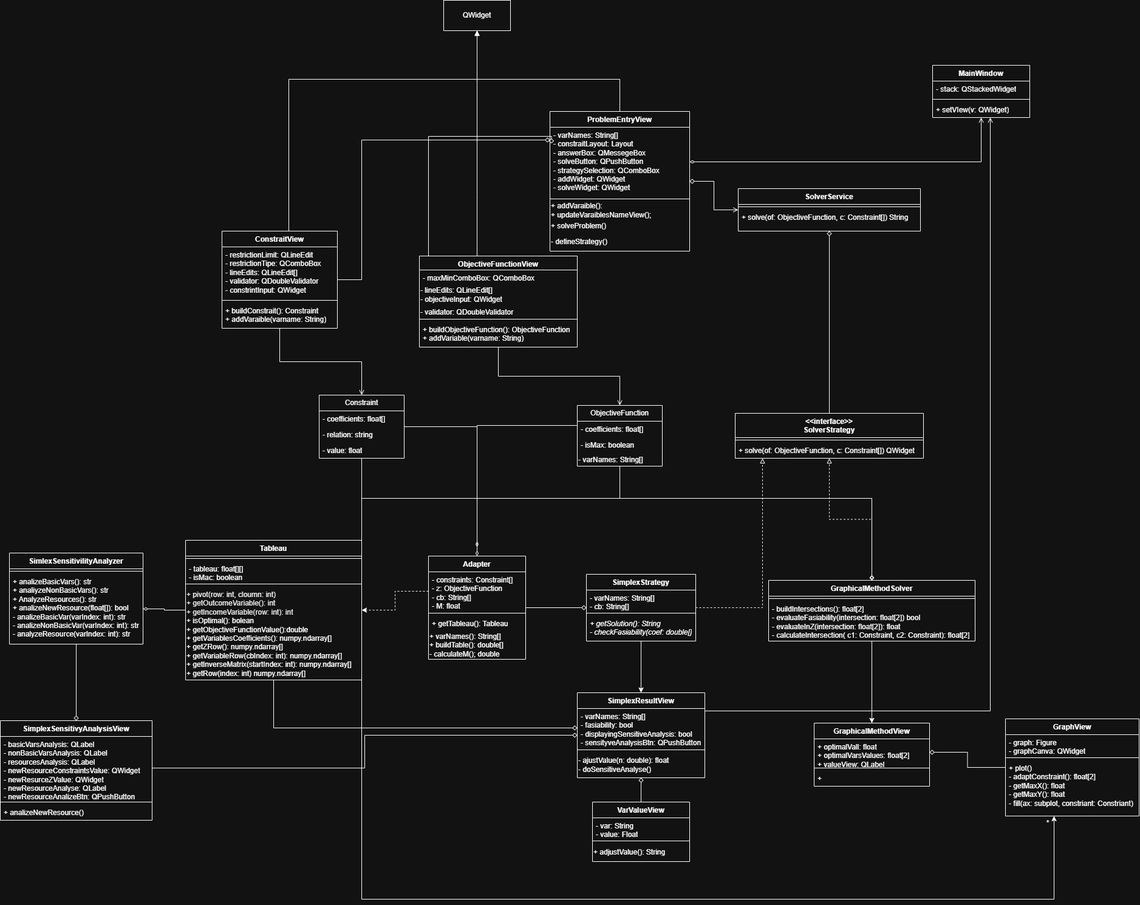
The draw.io diagram DocFIles/img/Simplex UML.drawio.png in yisusMurcia/IO-methods, before a commit. Source tidied: cells renumbered, new cells last; positions are measured from the earlier drawing's top-left corner, leaving out a move shared by most shapes.
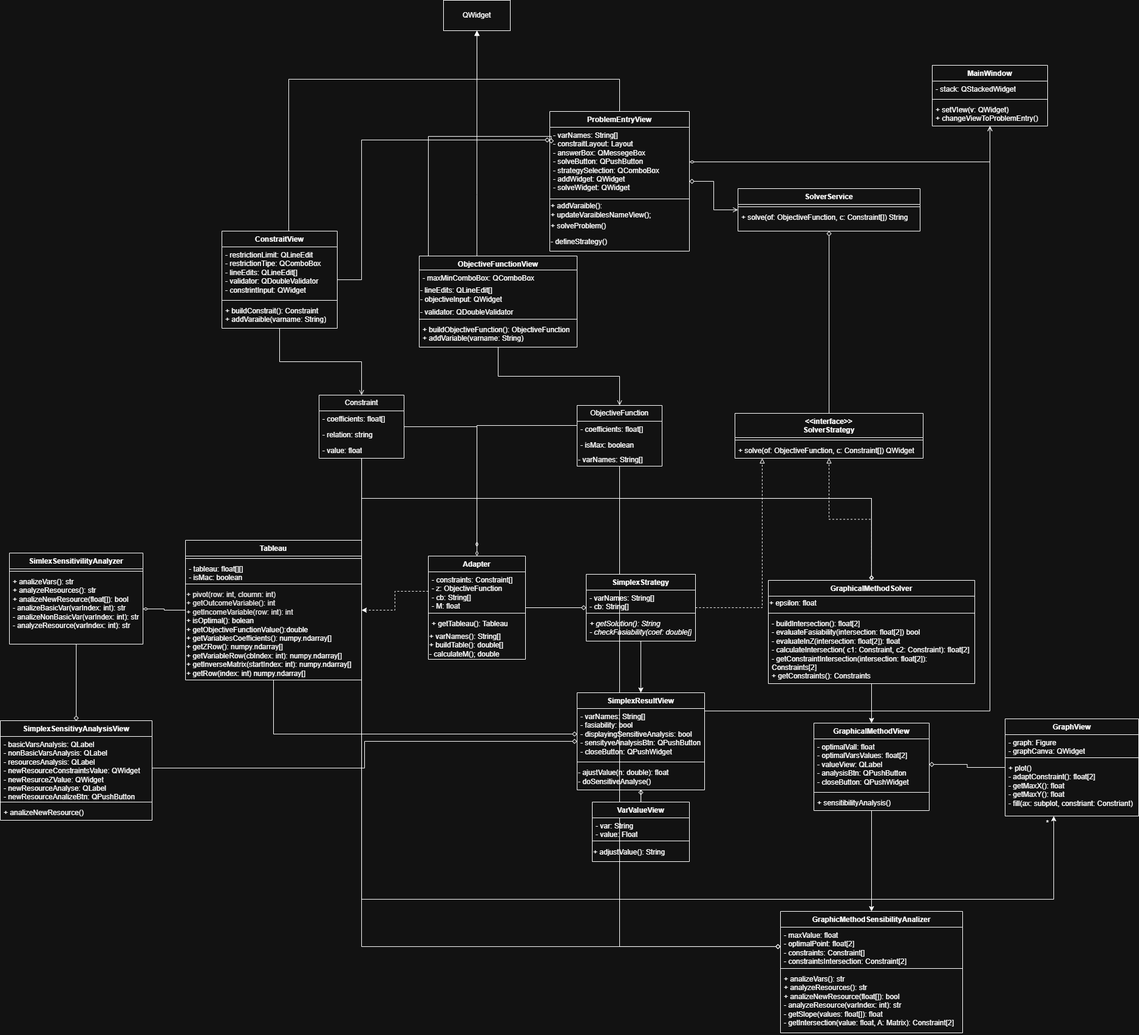
The same file after the commit.

Diff of the diagram source:
```diff
@@ -42,6 +42,9 @@
         </Array>
       </mxGeometry>
     </mxCell>
+    <mxCell id="106" style="edgeStyle=orthogonalEdgeStyle;rounded=0;jettySize=auto;html=1;endArrow=diamond;endFill=0;" parent="1" edge="1" source="12" target="111">
+      <mxGeometry relative="1" as="geometry" />
+    </mxCell>
     <mxCell id="12" value="Constraint" style="swimlane;fontStyle=0;horizontal=1;startSize=26;fillColor=none;whiteSpace=wrap;html=1;" parent="1" vertex="1">
       <mxGeometry x="525" y="650" width="140" height="104" as="geometry" />
     </mxCell>
@@ -71,6 +74,9 @@
         </Array>
       </mxGeometry>
     </mxCell>
+    <mxCell id="107" style="edgeStyle=orthogonalEdgeStyle;rounded=0;jettySize=auto;html=1;endArrow=diamond;endFill=0;" parent="1" edge="1" source="18" target="111">
+      <mxGeometry relative="1" as="geometry" />
+    </mxCell>
     <mxCell id="18" value="ObjectiveFunction" style="swimlane;fontStyle=0;horizontal=1;startSize=26;fillColor=none;whiteSpace=wrap;html=1;" parent="1" vertex="1">
       <mxGeometry x="950" y="667" width="140" height="100" as="geometry" />
     </mxCell>
@@ -253,16 +259,16 @@
       </mxGeometry>
     </mxCell>
     <mxCell id="68" value="SimplexResultView" style="swimlane;fontStyle=1;align=center;verticalAlign=top;horizontal=1;startSize=26;whiteSpace=wrap;html=1;" parent="1" vertex="1">
-      <mxGeometry x="950" y="1140" width="210" height="140" as="geometry" />
+      <mxGeometry x="950" y="1140" width="210" height="160" as="geometry" />
     </mxCell>
-    <mxCell id="69" value="- varNames: String[]&lt;div&gt;- fasiability: bool&lt;/div&gt;&lt;div&gt;- displayingSensitiveAnalysis: bool&lt;/div&gt;&lt;div&gt;- sensityveAnalysisBtn: QPushButton&lt;/div&gt;" style="text;strokeColor=none;fillColor=none;align=left;verticalAlign=top;spacingLeft=4;spacingRight=4;overflow=hidden;points=[[0,0.5],[1,0.5]];portConstraint=eastwest;whiteSpace=wrap;html=1;" parent="68" vertex="1">
-      <mxGeometry y="26" width="210" height="64" as="geometry" />
+    <mxCell id="69" value="- varNames: String[]&lt;div&gt;- fasiability: bool&lt;/div&gt;&lt;div&gt;- displayingSensitiveAnalysis: bool&lt;/div&gt;&lt;div&gt;- sensityveAnalysisBtn: QPushButton&lt;/div&gt;&lt;div&gt;- closeButton: QPushWidget&lt;/div&gt;" style="text;strokeColor=none;fillColor=none;align=left;verticalAlign=top;spacingLeft=4;spacingRight=4;overflow=hidden;points=[[0,0.5],[1,0.5]];portConstraint=eastwest;whiteSpace=wrap;html=1;" parent="68" vertex="1">
+      <mxGeometry y="26" width="210" height="84" as="geometry" />
     </mxCell>
     <mxCell id="70" style="line;strokeWidth=1;fillColor=none;align=left;verticalAlign=middle;spacingTop=-1;spacingLeft=3;spacingRight=3;labelPosition=right;strokeColor=inherit;" parent="68" vertex="1">
-      <mxGeometry y="90" width="210" height="8" as="geometry" />
+      <mxGeometry y="110" width="210" height="8" as="geometry" />
     </mxCell>
     <mxCell id="71" value="- ajustValue(n: double): float&lt;div&gt;- doSensitiveAnalyse()&lt;/div&gt;" style="text;html=1;whiteSpace=wrap;strokeColor=none;fillColor=none;align=left;verticalAlign=middle;rounded=0;" parent="68" vertex="1">
-      <mxGeometry y="98" width="210" height="42" as="geometry" />
+      <mxGeometry y="118" width="210" height="42" as="geometry" />
     </mxCell>
     <mxCell id="72" style="edgeStyle=orthogonalEdgeStyle;rounded=0;jettySize=auto;html=1;endArrow=diamond;endFill=0;" parent="1" edge="1" source="73" target="68">
       <mxGeometry relative="1" as="geometry" />
@@ -283,16 +289,16 @@
       <mxGeometry relative="1" as="geometry" />
     </mxCell>
     <mxCell id="78" value="MainWindow" style="swimlane;fontStyle=1;align=center;verticalAlign=top;horizontal=1;startSize=26;whiteSpace=wrap;html=1;" parent="1" vertex="1">
-      <mxGeometry x="1535" y="107" width="160" height="86" as="geometry" />
+      <mxGeometry x="1535" y="107" width="190" height="100" as="geometry" />
     </mxCell>
     <mxCell id="79" value="- stack: QStackedWidget" style="text;strokeColor=none;fillColor=none;align=left;verticalAlign=top;spacingLeft=4;spacingRight=4;overflow=hidden;whiteSpace=wrap;html=1;" parent="78" vertex="1">
-      <mxGeometry y="26" width="160" height="26" as="geometry" />
+      <mxGeometry y="26" width="190" height="26" as="geometry" />
     </mxCell>
     <mxCell id="80" style="line;strokeWidth=1;fillColor=none;align=left;verticalAlign=middle;spacingTop=-1;spacingLeft=3;spacingRight=3;labelPosition=right;strokeColor=inherit;" parent="78" vertex="1">
-      <mxGeometry y="52" width="160" height="8" as="geometry" />
+      <mxGeometry y="52" width="190" height="8" as="geometry" />
     </mxCell>
-    <mxCell id="81" value="+ setVIew(v: QWidget)" style="text;strokeColor=none;fillColor=none;align=left;verticalAlign=top;spacingLeft=4;spacingRight=4;overflow=hidden;whiteSpace=wrap;html=1;" parent="78" vertex="1">
-      <mxGeometry y="60" width="160" height="26" as="geometry" />
+    <mxCell id="81" value="+ setVIew(v: QWidget)&lt;div&gt;+ changeViewToProblemEntry()&lt;/div&gt;" style="text;strokeColor=none;fillColor=none;align=left;verticalAlign=top;spacingLeft=4;spacingRight=4;overflow=hidden;whiteSpace=wrap;html=1;" parent="78" vertex="1">
+      <mxGeometry y="60" width="190" height="40" as="geometry" />
     </mxCell>
     <mxCell id="82" style="edgeStyle=orthogonalEdgeStyle;rounded=0;jettySize=auto;html=1;endArrow=diamond;endFill=0;" parent="1" edge="1" source="83" target="86">
       <mxGeometry relative="1" as="geometry" />
@@ -303,7 +309,7 @@
     <mxCell id="84" style="line;strokeWidth=1;fillColor=none;align=left;verticalAlign=middle;spacingTop=-1;spacingLeft=3;spacingRight=3;labelPosition=right;strokeColor=inherit;" parent="83" vertex="1">
       <mxGeometry y="26" width="220" height="8" as="geometry" />
     </mxCell>
-    <mxCell id="85" value="+ analizeBasicVars(): str&lt;div&gt;+ analiyzeNonBasicVars(): str&lt;/div&gt;&lt;div&gt;+ AnalyzeResources(): str&lt;/div&gt;&lt;div&gt;+ analizeNewResource(float[]): bool&lt;/div&gt;&lt;div&gt;- analizeBasicVar(varIndex: int): str&lt;/div&gt;&lt;div&gt;- analizeNonBasicVar(varIndex&lt;span style=&quot;background-color: transparent; color: light-dark(rgb(0, 0, 0), rgb(255, 255, 255));&quot;&gt;: int&lt;/span&gt;&lt;span style=&quot;background-color: transparent; color: light-dark(rgb(0, 0, 0), rgb(255, 255, 255));&quot;&gt;): str&lt;/span&gt;&lt;/div&gt;&lt;div&gt;&lt;span style=&quot;background-color: transparent; color: light-dark(rgb(0, 0, 0), rgb(255, 255, 255));&quot;&gt;- analyzeResource(varIndex: int): str&lt;/span&gt;&lt;/div&gt;" style="text;strokeColor=none;fillColor=none;align=left;verticalAlign=top;spacingLeft=4;spacingRight=4;overflow=hidden;points=[[0,0.5],[1,0.5]];portConstraint=eastwest;whiteSpace=wrap;html=1;" parent="83" vertex="1">
+    <mxCell id="85" value="+ analize&lt;span style=&quot;background-color: transparent; color: light-dark(rgb(0, 0, 0), rgb(255, 255, 255));&quot;&gt;Vars(): str&lt;/span&gt;&lt;div&gt;+ analyzeResources(): str&lt;/div&gt;&lt;div&gt;+ analizeNewResource(float[]): bool&lt;/div&gt;&lt;div&gt;- analizeBasicVar(varIndex: int): str&lt;/div&gt;&lt;div&gt;- analizeNonBasicVar(varIndex&lt;span style=&quot;background-color: transparent; color: light-dark(rgb(0, 0, 0), rgb(255, 255, 255));&quot;&gt;: int&lt;/span&gt;&lt;span style=&quot;background-color: transparent; color: light-dark(rgb(0, 0, 0), rgb(255, 255, 255));&quot;&gt;): str&lt;/span&gt;&lt;/div&gt;&lt;div&gt;&lt;span style=&quot;background-color: transparent; color: light-dark(rgb(0, 0, 0), rgb(255, 255, 255));&quot;&gt;- analyzeResource(varIndex: int): str&lt;/span&gt;&lt;/div&gt;" style="text;strokeColor=none;fillColor=none;align=left;verticalAlign=top;spacingLeft=4;spacingRight=4;overflow=hidden;points=[[0,0.5],[1,0.5]];portConstraint=eastwest;whiteSpace=wrap;html=1;" parent="83" vertex="1">
       <mxGeometry y="34" width="220" height="116" as="geometry" />
     </mxCell>
     <mxCell id="86" value="SimplexSensitivyAnalysisView" style="swimlane;fontStyle=1;align=center;verticalAlign=top;horizontal=1;startSize=26;whiteSpace=wrap;html=1;" parent="1" vertex="1">
@@ -328,25 +334,31 @@
       <mxGeometry relative="1" as="geometry" />
     </mxCell>
     <mxCell id="93" value="GraphicalMethodSolver" style="swimlane;fontStyle=1;align=center;verticalAlign=top;horizontal=1;startSize=26;whiteSpace=wrap;html=1;" parent="1" vertex="1">
-      <mxGeometry x="1265" y="955" width="340" height="100" as="geometry" />
+      <mxGeometry x="1265" y="955" width="340" height="170" as="geometry" />
     </mxCell>
+    <mxCell id="108" value="&lt;div&gt;&lt;span style=&quot;background-color: transparent; color: light-dark(rgb(0, 0, 0), rgb(255, 255, 255));&quot;&gt;+ epsilon: float&lt;/span&gt;&lt;/div&gt;" style="text;html=1;whiteSpace=wrap;strokeColor=none;fillColor=none;align=left;verticalAlign=middle;rounded=0;" parent="93" vertex="1">
+      <mxGeometry y="26" width="340" height="24" as="geometry" />
+    </mxCell>
     <mxCell id="94" style="line;strokeWidth=1;fillColor=none;align=left;verticalAlign=middle;spacingTop=-1;spacingLeft=3;spacingRight=3;labelPosition=right;strokeColor=inherit;" parent="93" vertex="1">
-      <mxGeometry y="26" width="340" height="8" as="geometry" />
+      <mxGeometry y="50" width="340" height="8" as="geometry" />
     </mxCell>
-    <mxCell id="95" value="- buildIntersections(): float[2]&lt;div&gt;- evaluateFasiability(intersection: float[2]) bool&lt;/div&gt;&lt;div&gt;- evaluateInZ(intersection: float[2]): float&lt;/div&gt;&lt;div&gt;- calculateIntersection( c1: Constraint, c2: Constraint): float[2]&lt;/div&gt;" style="text;strokeColor=none;fillColor=none;align=left;verticalAlign=top;spacingLeft=4;spacingRight=4;overflow=hidden;whiteSpace=wrap;html=1;" parent="93" vertex="1">
-      <mxGeometry y="34" width="340" height="66" as="geometry" />
+    <mxCell id="95" value="- buildIntersection(): float[2]&lt;div&gt;- evaluateFasiability(intersection: float[2]) bool&lt;/div&gt;&lt;div&gt;- evaluateInZ(intersection: float[2]): float&lt;/div&gt;&lt;div&gt;- calculateIntersection( c1: Constraint, c2: Constraint): float[2]&lt;/div&gt;&lt;div&gt;- getConstraintIntersection(intersection: float[2]): Constraints[2]&lt;/div&gt;&lt;div&gt;+ getConstraints(): Constraints&lt;/div&gt;" style="text;strokeColor=none;fillColor=none;align=left;verticalAlign=top;spacingLeft=4;spacingRight=4;overflow=hidden;whiteSpace=wrap;html=1;" parent="93" vertex="1">
+      <mxGeometry y="58" width="340" height="112" as="geometry" />
     </mxCell>
+    <mxCell id="109" style="edgeStyle=orthogonalEdgeStyle;rounded=0;jettySize=auto;html=1;" parent="1" edge="1" source="96" target="110">
+      <mxGeometry relative="1" as="geometry" />
+    </mxCell>
     <mxCell id="96" value="GraphicalMethodView" style="swimlane;fontStyle=1;align=center;verticalAlign=top;horizontal=1;startSize=26;whiteSpace=wrap;html=1;" parent="1" vertex="1">
-      <mxGeometry x="1340" y="1190" width="190" height="104" as="geometry" />
+      <mxGeometry x="1340" y="1190" width="190" height="144" as="geometry" />
     </mxCell>
-    <mxCell id="97" value="+ optimalVall: float&lt;div&gt;+ optimalVarsValues: float[2]&lt;/div&gt;&lt;div&gt;+ valueView: QLabel&lt;/div&gt;" style="text;strokeColor=none;fillColor=none;align=left;verticalAlign=top;spacingLeft=4;spacingRight=4;overflow=hidden;points=[[0,0.5],[1,0.5]];portConstraint=eastwest;whiteSpace=wrap;html=1;" parent="96" vertex="1">
-      <mxGeometry y="26" width="190" height="44" as="geometry" />
+    <mxCell id="97" value="- optimalVall: float&lt;div&gt;- optimalVarsValues: float[2]&lt;/div&gt;&lt;div&gt;- valueView: QLabel&lt;/div&gt;&lt;div&gt;- analysisBtn: QPushButton&lt;/div&gt;&lt;div&gt;- closeButton: QPushWidget&lt;/div&gt;" style="text;strokeColor=none;fillColor=none;align=left;verticalAlign=top;spacingLeft=4;spacingRight=4;overflow=hidden;points=[[0,0.5],[1,0.5]];portConstraint=eastwest;whiteSpace=wrap;html=1;" parent="96" vertex="1">
+      <mxGeometry y="26" width="190" height="84" as="geometry" />
     </mxCell>
     <mxCell id="98" style="line;strokeWidth=1;fillColor=none;align=left;verticalAlign=middle;spacingTop=-1;spacingLeft=3;spacingRight=3;labelPosition=right;strokeColor=inherit;" parent="96" vertex="1">
-      <mxGeometry y="70" width="190" height="8" as="geometry" />
+      <mxGeometry y="110" width="190" height="8" as="geometry" />
     </mxCell>
-    <mxCell id="99" value="+" style="text;strokeColor=none;fillColor=none;align=left;verticalAlign=top;spacingLeft=4;spacingRight=4;overflow=hidden;whiteSpace=wrap;html=1;" parent="96" vertex="1">
-      <mxGeometry y="78" width="190" height="26" as="geometry" />
+    <mxCell id="99" value="+ sensitibilityAnalysis()" style="text;strokeColor=none;fillColor=none;align=left;verticalAlign=top;spacingLeft=4;spacingRight=4;overflow=hidden;whiteSpace=wrap;html=1;" parent="96" vertex="1">
+      <mxGeometry y="118" width="190" height="26" as="geometry" />
     </mxCell>
     <mxCell id="100" style="edgeStyle=orthogonalEdgeStyle;rounded=0;jettySize=auto;html=1;endArrow=diamond;endFill=0;" parent="1" edge="1" source="101" target="97">
       <mxGeometry relative="1" as="geometry" />
@@ -366,5 +378,17 @@
     <mxCell id="105" value="*" style="text;html=1;whiteSpace=wrap;strokeColor=none;fillColor=none;align=center;verticalAlign=middle;rounded=0;" parent="1" vertex="1">
       <mxGeometry x="1695" y="1340" width="60" height="30" as="geometry" />
     </mxCell>
+    <mxCell id="110" value="GraphicMethodSensibilityAnalizer" style="swimlane;fontStyle=1;align=center;verticalAlign=top;horizontal=1;startSize=26;whiteSpace=wrap;html=1;" parent="1" vertex="1">
+      <mxGeometry x="1285" y="1500" width="300" height="200" as="geometry" />
+    </mxCell>
+    <mxCell id="111" value="- maxValue: float&lt;div&gt;- optimalPoint: float[2]&lt;/div&gt;&lt;div&gt;- constraints: Constraint[]&lt;/div&gt;&lt;div&gt;- constraintsIntersection: Constraint[2]&lt;/div&gt;" style="text;strokeColor=none;fillColor=none;align=left;verticalAlign=top;spacingLeft=4;spacingRight=4;overflow=hidden;points=[[0,0.5],[1,0.5]];portConstraint=eastwest;whiteSpace=wrap;html=1;" parent="110" vertex="1">
+      <mxGeometry y="26" width="300" height="64" as="geometry" />
+    </mxCell>
+    <mxCell id="112" style="line;strokeWidth=1;fillColor=none;align=left;verticalAlign=middle;spacingTop=-1;spacingLeft=3;spacingRight=3;labelPosition=right;strokeColor=inherit;" parent="110" vertex="1">
+      <mxGeometry y="90" width="300" height="8" as="geometry" />
+    </mxCell>
+    <mxCell id="113" value="+ analize&lt;span style=&quot;color: light-dark(rgb(0, 0, 0), rgb(255, 255, 255)); background-color: transparent;&quot;&gt;Vars(): str&lt;/span&gt;&lt;div&gt;+ analyzeResources(): str&lt;/div&gt;&lt;div&gt;+ analizeNewResource(float[]): bool&lt;/div&gt;&lt;div&gt;&lt;span style=&quot;background-color: transparent; color: light-dark(rgb(0, 0, 0), rgb(255, 255, 255));&quot;&gt;- analyzeResource(varIndex: int): str&lt;/span&gt;&lt;/div&gt;&lt;div&gt;&lt;span style=&quot;background-color: transparent; color: light-dark(rgb(0, 0, 0), rgb(255, 255, 255));&quot;&gt;- getSlope(values: float[]): float&lt;/span&gt;&lt;/div&gt;&lt;div&gt;&lt;span style=&quot;background-color: transparent; color: light-dark(rgb(0, 0, 0), rgb(255, 255, 255));&quot;&gt;- getIntersection(value: float, A: Matrix): Constraint[2]&lt;/span&gt;&lt;/div&gt;" style="text;strokeColor=none;fillColor=none;align=left;verticalAlign=top;spacingLeft=4;spacingRight=4;overflow=hidden;whiteSpace=wrap;html=1;" parent="110" vertex="1">
+      <mxGeometry y="98" width="300" height="102" as="geometry" />
+    </mxCell>
   </root>
 </mxGraphModel>
```
